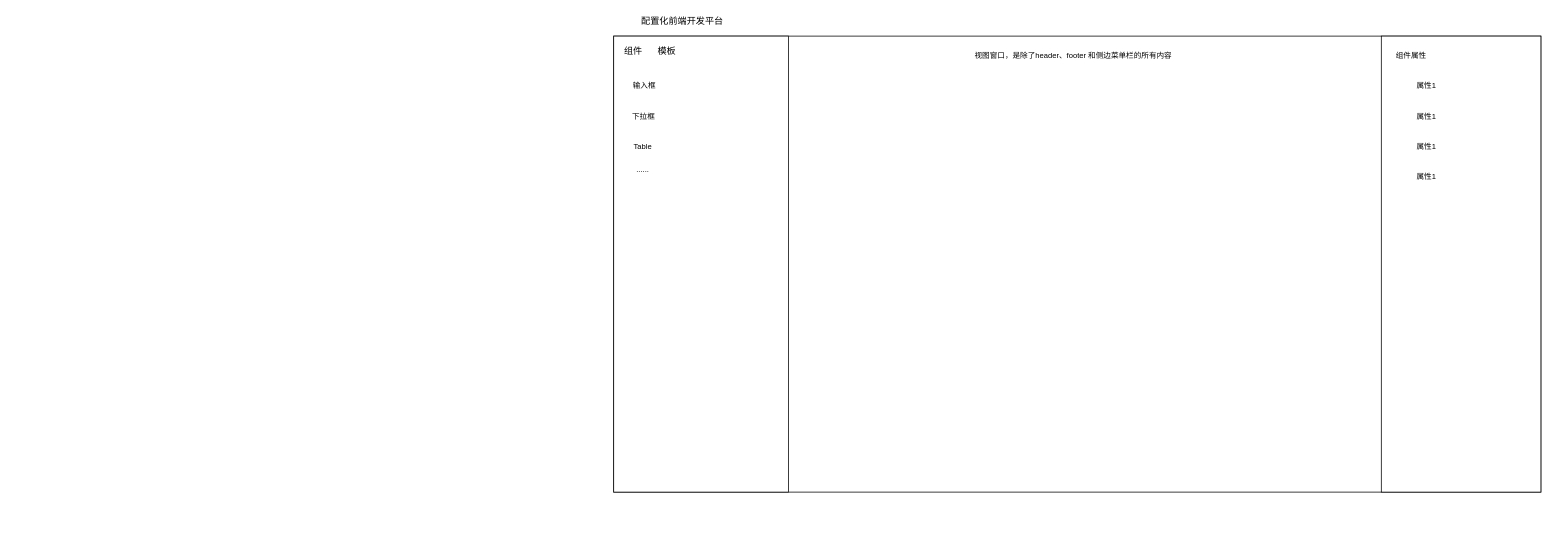
This is Untitled Diagram.drawio from chenggangyin/kindergarten_manager, a draw.io file, before an edit. Source tidied: cells renumbered, new cells numbered last; positions are measured from the earlier drawing's top-left corner, leaving out a move shared by most shapes. Both pictures are drawn from the tidied source at 76%, with x=0, y=0 at pixel (613, 13).
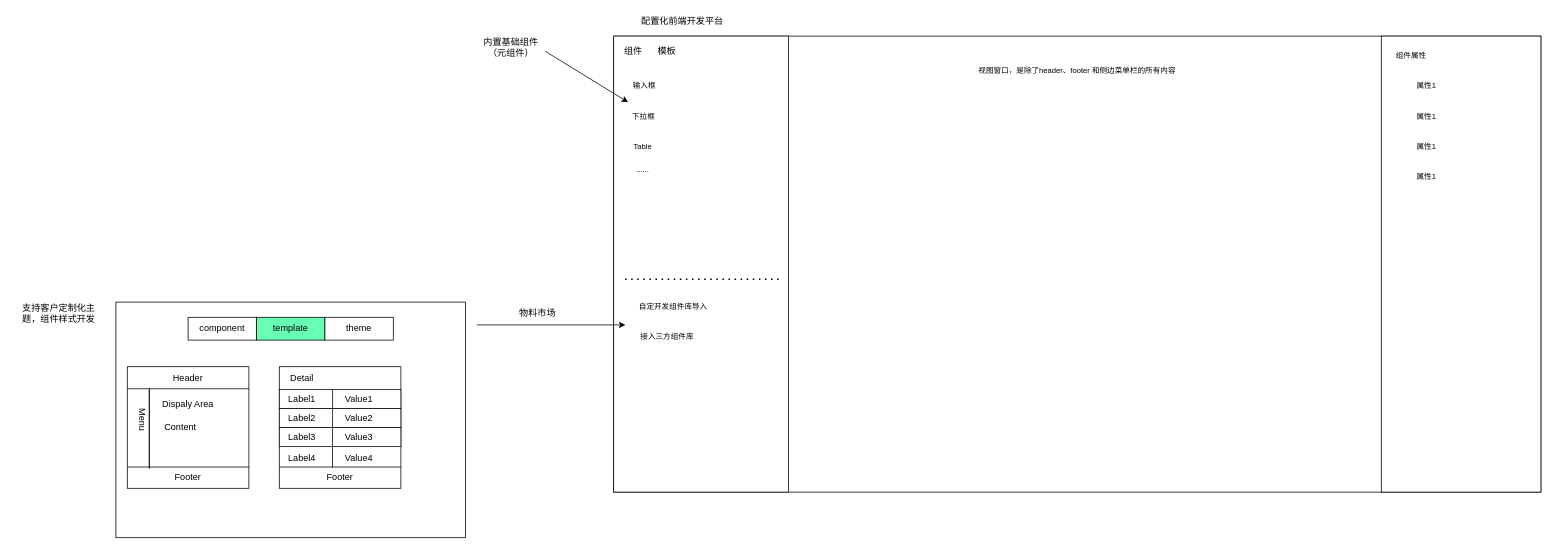
Above is the later version.

The change refers to these unchanged cells:
```xml
<mxCell id="9" value="&lt;font style=&quot;font-size: 10px&quot;&gt;下拉框&lt;/font&gt;" style="text;html=1;strokeColor=none;fillColor=none;align=center;verticalAlign=middle;whiteSpace=wrap;rounded=0;" parent="1" vertex="1">
  <mxGeometry x="10" y="120" width="59" height="30" as="geometry" />
</mxCell>
```

Change to the diagram source:
```diff
@@
+    <mxCell id="18" style="rounded=0;whiteSpace=wrap;html=1;fillColor=#FFFFFF;" parent="1" vertex="1">
+      <mxGeometry x="-655" y="380" width="460" height="310" as="geometry" />
+    </mxCell>
@@
     <mxCell id="17" value="&lt;span style=&quot;font-size: 10px&quot;&gt;视图窗口，是除了header、footer 和侧边菜单栏的所有内容&lt;br&gt;&lt;/span&gt;" style="text;html=1;strokeColor=none;fillColor=none;align=center;verticalAlign=middle;whiteSpace=wrap;rounded=0;" parent="1" vertex="1">
-      <mxGeometry x="440" y="40" width="330" height="30" as="geometry" />
+      <mxGeometry x="445" y="60" width="330" height="30" as="geometry" />
     </mxCell>
+    <mxCell id="19" value="内置基础组件（元组件）" style="text;html=1;strokeColor=none;fillColor=none;align=center;verticalAlign=middle;whiteSpace=wrap;rounded=0;" parent="1" vertex="1">
+      <mxGeometry x="-180" y="30" width="90" height="30" as="geometry" />
+    </mxCell>
+    <mxCell id="20" style="endArrow=classic;html=1;rounded=0;entryX=0.153;entryY=-0.1;entryDx=0;entryDy=0;entryPerimeter=0;" parent="1" edge="1" target="9">
+      <mxGeometry relative="1" as="geometry">
+        <mxPoint x="-90" y="50" as="sourcePoint" />
+      </mxGeometry>
+    </mxCell>
+    <mxCell id="21" style="endArrow=classic;html=1;rounded=0;entryX=0;entryY=0;entryDx=0;entryDy=0;" parent="1" edge="1" target="24">
+      <mxGeometry relative="1" as="geometry">
+        <mxPoint x="-180" y="410" as="sourcePoint" />
+      </mxGeometry>
+    </mxCell>
+    <mxCell id="22" value="&lt;span style=&quot;font-size: 10px&quot;&gt;自定开发组件库导入&lt;/span&gt;" style="text;html=1;strokeColor=none;fillColor=none;align=center;verticalAlign=middle;whiteSpace=wrap;rounded=0;" parent="1" vertex="1">
+      <mxGeometry x="15.5" y="370" width="124.5" height="30" as="geometry" />
+    </mxCell>
+    <mxCell id="23" style="endArrow=none;dashed=1;html=1;dashPattern=1 3;strokeWidth=2;rounded=0;" parent="1" edge="1">
+      <mxGeometry relative="1" as="geometry">
+        <mxPoint x="15" y="350" as="sourcePoint" />
+        <mxPoint x="220" y="350" as="targetPoint" />
+      </mxGeometry>
+    </mxCell>
+    <mxCell id="24" value="&lt;span style=&quot;font-size: 10px&quot;&gt;接入三方组件库&lt;/span&gt;" style="text;html=1;strokeColor=none;fillColor=none;align=center;verticalAlign=middle;whiteSpace=wrap;rounded=0;" parent="1" vertex="1">
+      <mxGeometry x="15.5" y="410" width="109" height="30" as="geometry" />
+    </mxCell>
+    <mxCell id="25" value="物料市场" style="text;html=1;strokeColor=none;fillColor=none;align=center;verticalAlign=middle;whiteSpace=wrap;rounded=0;rotation=0;" parent="1" vertex="1">
+      <mxGeometry x="-130" y="380" width="60" height="30" as="geometry" />
+    </mxCell>
+    <mxCell id="26" value="支持客户定制化主题，组件样式开发" style="text;html=1;strokeColor=none;fillColor=none;align=center;verticalAlign=middle;whiteSpace=wrap;rounded=0;" parent="1" vertex="1">
+      <mxGeometry x="-790" y="380" width="120" height="30" as="geometry" />
+    </mxCell>
+    <mxCell id="27" value="component" style="rounded=0;whiteSpace=wrap;html=1;" parent="1" vertex="1">
+      <mxGeometry x="-560" y="400" width="90" height="30" as="geometry" />
+    </mxCell>
+    <mxCell id="28" value="template" style="rounded=0;whiteSpace=wrap;html=1;fillColor=#66FFB3;" parent="1" vertex="1">
+      <mxGeometry x="-470" y="400" width="90" height="30" as="geometry" />
+    </mxCell>
+    <mxCell id="29" value="theme" style="rounded=0;whiteSpace=wrap;html=1;" parent="1" vertex="1">
+      <mxGeometry x="-380" y="400" width="90" height="30" as="geometry" />
+    </mxCell>
+    <mxCell id="30" style="whiteSpace=wrap;html=1;fillColor=#FFFFFF;" parent="1" vertex="1">
+      <mxGeometry x="-640" y="465" width="160" height="160" as="geometry" />
+    </mxCell>
+    <mxCell id="31" value="Header" style="text;html=1;strokeColor=none;fillColor=none;align=center;verticalAlign=middle;whiteSpace=wrap;rounded=0;" parent="1" vertex="1">
+      <mxGeometry x="-590" y="465" width="60" height="30" as="geometry" />
+    </mxCell>
+    <mxCell id="32" value="Footer" style="text;html=1;strokeColor=none;fillColor=none;align=center;verticalAlign=middle;whiteSpace=wrap;rounded=0;" parent="1" vertex="1">
+      <mxGeometry x="-590" y="595" width="60" height="30" as="geometry" />
+    </mxCell>
+    <mxCell id="33" style="endArrow=none;html=1;rounded=0;" parent="1" edge="1">
+      <mxGeometry relative="1" as="geometry">
+        <mxPoint x="-640" y="494" as="sourcePoint" />
+        <mxPoint x="-480" y="494" as="targetPoint" />
+        <Array as="points">
+          <mxPoint x="-480" y="494" />
+        </Array>
+      </mxGeometry>
+    </mxCell>
+    <mxCell id="34" style="endArrow=none;html=1;rounded=0;" parent="1" edge="1">
+      <mxGeometry relative="1" as="geometry">
+        <mxPoint x="-640" y="597" as="sourcePoint" />
+        <mxPoint x="-480" y="597" as="targetPoint" />
+        <Array as="points">
+          <mxPoint x="-480" y="597" />
+        </Array>
+      </mxGeometry>
+    </mxCell>
+    <mxCell id="35" style="endArrow=none;html=1;rounded=0;" parent="1" edge="1">
+      <mxGeometry relative="1" as="geometry">
+        <mxPoint x="-611" y="599" as="sourcePoint" />
+        <mxPoint x="-611" y="599" as="targetPoint" />
+        <Array as="points">
+          <mxPoint x="-611" y="494" />
+        </Array>
+      </mxGeometry>
+    </mxCell>
+    <mxCell id="36" value="Menu" style="text;html=1;strokeColor=none;fillColor=none;align=center;verticalAlign=middle;whiteSpace=wrap;rounded=0;rotation=90;" parent="1" vertex="1">
+      <mxGeometry x="-650" y="520" width="60" height="30" as="geometry" />
+    </mxCell>
+    <mxCell id="37" value="Dispaly Area" style="text;html=1;strokeColor=none;fillColor=none;align=center;verticalAlign=middle;whiteSpace=wrap;rounded=0;" parent="1" vertex="1">
+      <mxGeometry x="-600" y="500" width="80" height="30" as="geometry" />
+    </mxCell>
+    <mxCell id="38" value="Content&lt;br&gt;" style="text;html=1;strokeColor=none;fillColor=none;align=center;verticalAlign=middle;whiteSpace=wrap;rounded=0;" parent="1" vertex="1">
+      <mxGeometry x="-600" y="530" width="60" height="30" as="geometry" />
+    </mxCell>
+    <mxCell id="39" style="whiteSpace=wrap;html=1;fillColor=#FFFFFF;" parent="1" vertex="1">
+      <mxGeometry x="-440" y="465" width="160" height="160" as="geometry" />
+    </mxCell>
+    <mxCell id="40" value="Detail" style="text;html=1;strokeColor=none;fillColor=none;align=center;verticalAlign=middle;whiteSpace=wrap;rounded=0;" parent="1" vertex="1">
+      <mxGeometry x="-440" y="465" width="60" height="30" as="geometry" />
+    </mxCell>
+    <mxCell id="41" value="Footer" style="text;html=1;strokeColor=none;fillColor=none;align=center;verticalAlign=middle;whiteSpace=wrap;rounded=0;" parent="1" vertex="1">
+      <mxGeometry x="-390" y="595" width="60" height="30" as="geometry" />
+    </mxCell>
+    <mxCell id="42" style="endArrow=none;html=1;rounded=0;" parent="1" edge="1">
+      <mxGeometry relative="1" as="geometry">
+        <mxPoint x="-440" y="597" as="sourcePoint" />
+        <mxPoint x="-280" y="597" as="targetPoint" />
+        <Array as="points">
+          <mxPoint x="-280" y="597" />
+        </Array>
+      </mxGeometry>
+    </mxCell>
+    <mxCell id="43" style="rounded=0;whiteSpace=wrap;html=1;fillColor=#FFFFFF;" parent="1" vertex="1">
+      <mxGeometry x="-440" y="495" width="160" height="25" as="geometry" />
+    </mxCell>
+    <mxCell id="44" style="rounded=0;whiteSpace=wrap;html=1;fillColor=#FFFFFF;" parent="1" vertex="1">
+      <mxGeometry x="-440" y="520" width="160" height="25" as="geometry" />
+    </mxCell>
+    <mxCell id="45" style="rounded=0;whiteSpace=wrap;html=1;fillColor=#FFFFFF;" parent="1" vertex="1">
+      <mxGeometry x="-440" y="545" width="160" height="25" as="geometry" />
+    </mxCell>
+    <mxCell id="46" style="endArrow=none;html=1;rounded=0;entryX=0.438;entryY=0.08;entryDx=0;entryDy=0;entryPerimeter=0;" parent="1" edge="1">
+      <mxGeometry relative="1" as="geometry">
+        <mxPoint x="-370" y="598" as="sourcePoint" />
+        <mxPoint x="-369.9" y="495" as="targetPoint" />
+      </mxGeometry>
+    </mxCell>
+    <mxCell id="47" value="Label1" style="text;html=1;strokeColor=none;fillColor=none;align=center;verticalAlign=middle;whiteSpace=wrap;rounded=0;" parent="1" vertex="1">
+      <mxGeometry x="-440" y="492.5" width="60" height="30" as="geometry" />
+    </mxCell>
+    <mxCell id="48" value="Label3" style="text;html=1;strokeColor=none;fillColor=none;align=center;verticalAlign=middle;whiteSpace=wrap;rounded=0;" parent="1" vertex="1">
+      <mxGeometry x="-440" y="542.5" width="60" height="30" as="geometry" />
+    </mxCell>
+    <mxCell id="49" value="Label4" style="text;html=1;strokeColor=none;fillColor=none;align=center;verticalAlign=middle;whiteSpace=wrap;rounded=0;" parent="1" vertex="1">
+      <mxGeometry x="-440" y="570" width="60" height="30" as="geometry" />
+    </mxCell>
+    <mxCell id="50" value="Label2" style="text;html=1;strokeColor=none;fillColor=none;align=center;verticalAlign=middle;whiteSpace=wrap;rounded=0;" parent="1" vertex="1">
+      <mxGeometry x="-440" y="517.5" width="60" height="30" as="geometry" />
+    </mxCell>
+    <mxCell id="51" value="Value1" style="text;html=1;strokeColor=none;fillColor=none;align=center;verticalAlign=middle;whiteSpace=wrap;rounded=0;" parent="1" vertex="1">
+      <mxGeometry x="-365" y="492.5" width="60" height="30" as="geometry" />
+    </mxCell>
+    <mxCell id="52" value="Value3" style="text;html=1;strokeColor=none;fillColor=none;align=center;verticalAlign=middle;whiteSpace=wrap;rounded=0;" parent="1" vertex="1">
+      <mxGeometry x="-365" y="542.5" width="60" height="30" as="geometry" />
+    </mxCell>
+    <mxCell id="53" value="Value4" style="text;html=1;strokeColor=none;fillColor=none;align=center;verticalAlign=middle;whiteSpace=wrap;rounded=0;" parent="1" vertex="1">
+      <mxGeometry x="-365" y="570" width="60" height="30" as="geometry" />
+    </mxCell>
+    <mxCell id="54" value="Value2" style="text;html=1;strokeColor=none;fillColor=none;align=center;verticalAlign=middle;whiteSpace=wrap;rounded=0;" parent="1" vertex="1">
+      <mxGeometry x="-365" y="517.5" width="60" height="30" as="geometry" />
+    </mxCell>
```
